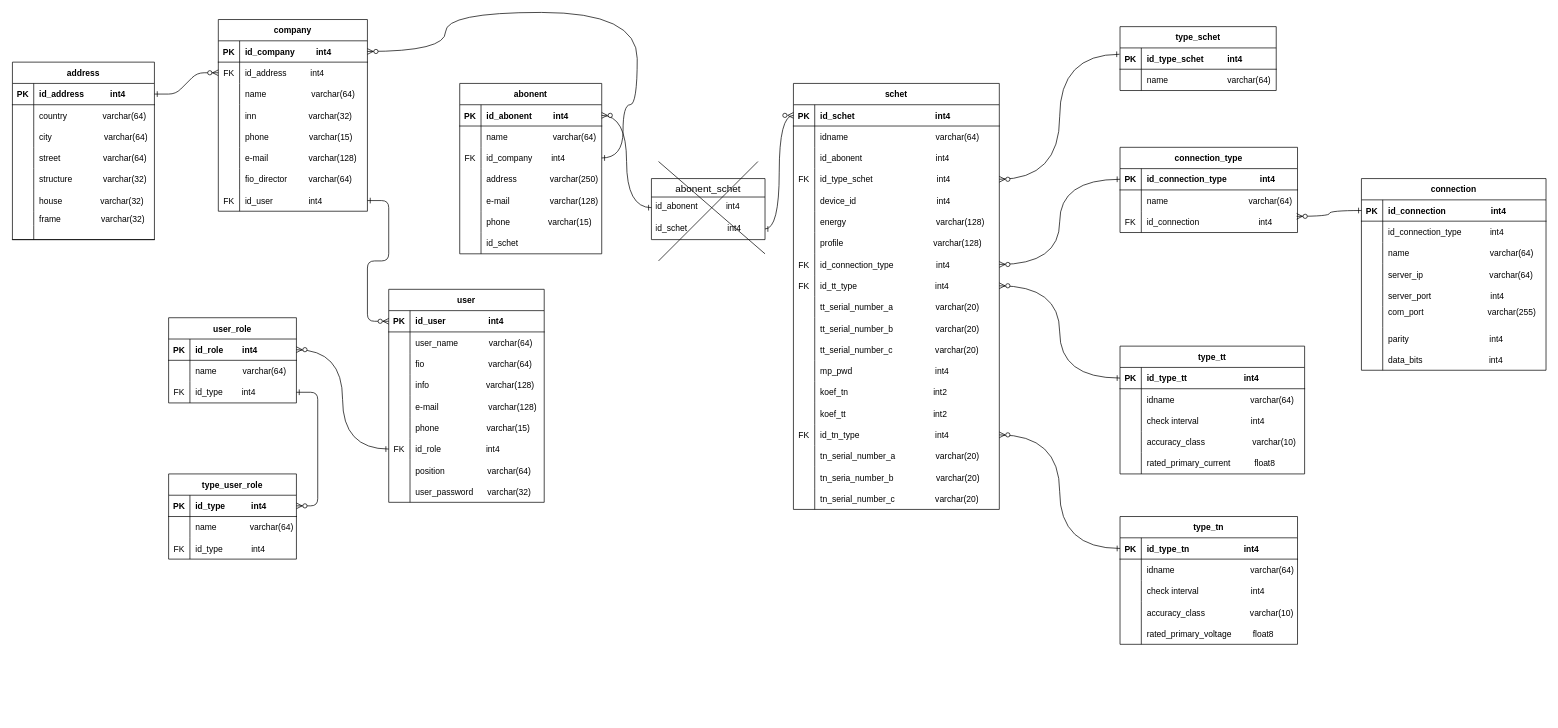
Above: Диаграмма без названия.drawio in Leonid-Shashkin/Postgres (draw.io), before the change. Source tidied: cells renumbered, new cells numbered last; positions are measured from the earlier drawing's top-left corner, leaving out a move shared by most shapes. Both pictures are drawn from the tidied source at 71%, with x=0, y=0 at pixel (12, 12).
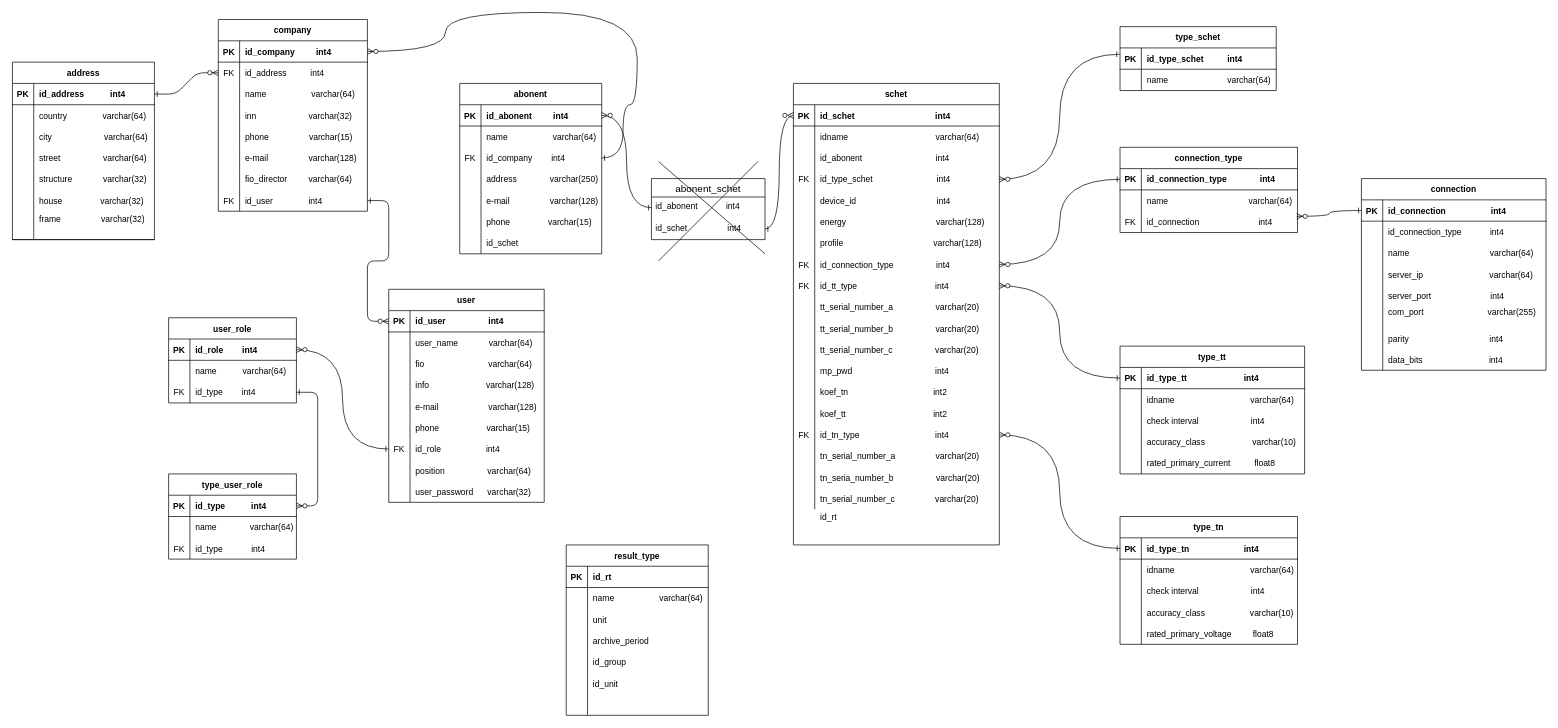
The same diagram, later.

What changed in the source:
```diff
@@
     <mxCell id="104" value="schet" style="shape=table;startSize=30;childLayout=tableLayout;rowLines=0;fontStyle=1;align=center;" parent="1" vertex="1">
-      <mxGeometry x="1100" y="100" width="290" height="600" as="geometry" />
+      <mxGeometry x="1100" y="100" width="290" height="650" as="geometry" />
     </mxCell>
@@
+    <mxCell id="271" value="result_type" style="shape=table;startSize=30;childLayout=tableLayout;rowLines=0;fontStyle=1;align=center;" parent="1" vertex="1">
+      <mxGeometry x="780" y="750" width="200" height="240" as="geometry" />
+    </mxCell>
+    <mxCell id="272" style="shape=partialRectangle;fillColor=none;top=0;left=0;right=0;bottom=1;" parent="271" vertex="1">
+      <mxGeometry y="30" width="200" height="30" as="geometry" />
+    </mxCell>
+    <mxCell id="273" value="PK" style="shape=partialRectangle;overflow=hidden;fillColor=none;top=0;left=0;bottom=0;right=0;fontStyle=1;" parent="272" vertex="1">
+      <mxGeometry width="30" height="30" as="geometry" />
+    </mxCell>
+    <mxCell id="274" value="id_rt" style="shape=partialRectangle;overflow=hidden;fillColor=none;top=0;left=0;bottom=0;right=0;align=left;spacingLeft=6;fontStyle=1;" parent="272" vertex="1">
+      <mxGeometry x="30" width="170" height="30" as="geometry" />
+    </mxCell>
+    <mxCell id="275" style="shape=partialRectangle;fillColor=none;top=0;left=0;right=0;bottom=0;" parent="271" vertex="1">
+      <mxGeometry y="60" width="200" height="30" as="geometry" />
+    </mxCell>
+    <mxCell id="276" style="shape=partialRectangle;overflow=hidden;fillColor=none;top=0;left=0;bottom=0;right=0;" parent="275" vertex="1">
+      <mxGeometry width="30" height="30" as="geometry" />
+    </mxCell>
+    <mxCell id="277" value="name                   varchar(64)" style="shape=partialRectangle;overflow=hidden;fillColor=none;top=0;left=0;bottom=0;right=0;align=left;spacingLeft=6;" parent="275" vertex="1">
+      <mxGeometry x="30" width="170" height="30" as="geometry" />
+    </mxCell>
+    <mxCell id="278" style="shape=partialRectangle;fillColor=none;top=0;left=0;right=0;bottom=0;" parent="271" vertex="1">
+      <mxGeometry y="90" width="200" height="30" as="geometry" />
+    </mxCell>
+    <mxCell id="279" style="shape=partialRectangle;overflow=hidden;fillColor=none;top=0;left=0;bottom=0;right=0;" parent="278" vertex="1">
+      <mxGeometry width="30" height="30" as="geometry" />
+    </mxCell>
+    <mxCell id="280" value="unit" style="shape=partialRectangle;overflow=hidden;fillColor=none;top=0;left=0;bottom=0;right=0;align=left;spacingLeft=6;" parent="278" vertex="1">
+      <mxGeometry x="30" width="170" height="30" as="geometry" />
+    </mxCell>
+    <mxCell id="281" style="shape=partialRectangle;fillColor=none;top=0;left=0;right=0;bottom=0;" parent="271" vertex="1">
+      <mxGeometry y="120" width="200" height="30" as="geometry" />
+    </mxCell>
+    <mxCell id="282" style="shape=partialRectangle;overflow=hidden;fillColor=none;top=0;left=0;bottom=0;right=0;" parent="281" vertex="1">
+      <mxGeometry width="30" height="30" as="geometry" />
+    </mxCell>
+    <mxCell id="283" value="archive_period" style="shape=partialRectangle;overflow=hidden;fillColor=none;top=0;left=0;bottom=0;right=0;align=left;spacingLeft=6;" parent="281" vertex="1">
+      <mxGeometry x="30" width="170" height="30" as="geometry" />
+    </mxCell>
+    <mxCell id="284" style="shape=partialRectangle;fillColor=none;top=0;left=0;right=0;bottom=0;" parent="271" vertex="1">
+      <mxGeometry y="150" width="200" height="30" as="geometry" />
+    </mxCell>
+    <mxCell id="285" style="shape=partialRectangle;overflow=hidden;fillColor=none;top=0;left=0;bottom=0;right=0;" parent="284" vertex="1">
+      <mxGeometry width="30" height="30" as="geometry" />
+    </mxCell>
+    <mxCell id="286" value="id_group" style="shape=partialRectangle;overflow=hidden;fillColor=none;top=0;left=0;bottom=0;right=0;align=left;spacingLeft=6;" parent="284" vertex="1">
+      <mxGeometry x="30" width="170" height="30" as="geometry" />
+    </mxCell>
+    <mxCell id="287" style="shape=partialRectangle;fillColor=none;top=0;left=0;right=0;bottom=0;" parent="271" vertex="1">
+      <mxGeometry y="180" width="200" height="30" as="geometry" />
+    </mxCell>
+    <mxCell id="288" style="shape=partialRectangle;overflow=hidden;fillColor=none;top=0;left=0;bottom=0;right=0;" parent="287" vertex="1">
+      <mxGeometry width="30" height="30" as="geometry" />
+    </mxCell>
+    <mxCell id="289" value="id_unit" style="shape=partialRectangle;overflow=hidden;fillColor=none;top=0;left=0;bottom=0;right=0;align=left;spacingLeft=6;" parent="287" vertex="1">
+      <mxGeometry x="30" width="170" height="30" as="geometry" />
+    </mxCell>
+    <mxCell id="290" style="shape=partialRectangle;fillColor=none;top=0;left=0;right=0;bottom=0;" parent="271" vertex="1">
+      <mxGeometry y="210" width="200" height="30" as="geometry" />
+    </mxCell>
+    <mxCell id="291" style="shape=partialRectangle;overflow=hidden;fillColor=none;top=0;left=0;bottom=0;right=0;" parent="290" vertex="1">
+      <mxGeometry width="30" height="30" as="geometry" />
+    </mxCell>
+    <mxCell id="292" style="shape=partialRectangle;overflow=hidden;fillColor=none;top=0;left=0;bottom=0;right=0;align=left;spacingLeft=6;" parent="290" vertex="1">
+      <mxGeometry x="30" width="170" height="30" as="geometry" />
+    </mxCell>
+    <mxCell id="293" value="id_rt" style="shape=partialRectangle;overflow=hidden;fillColor=none;top=0;left=0;bottom=0;right=0;align=left;spacingLeft=6;" parent="1" vertex="1">
+      <mxGeometry x="1130" y="695" width="260" height="30" as="geometry" />
+    </mxCell>
```
